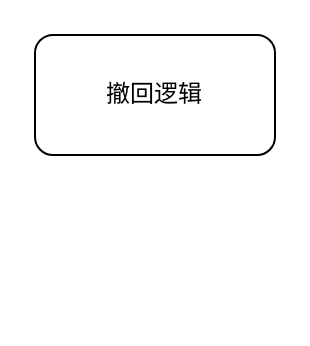
The draw.io diagram Untitled Diagram.drawio in HuangJinJie/afinal, before the edit. Source tidied: cells renumbered, new cells numbered last; positions are measured from the earlier drawing's top-left corner, leaving out a move shared by most shapes. Both pictures are drawn from the tidied source at 200%, with x=0, y=0 at pixel (34, 34).
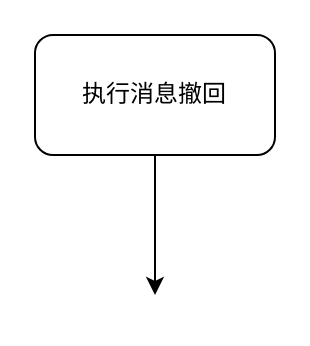
The same diagram, later.

Change to the diagram source:
```diff
@@
 <mxGraphModel>
   <root>
     <mxCell id="0" />
     <mxCell id="1" parent="0" />
-    <mxCell id="2" value="撤回逻辑" style="rounded=1;whiteSpace=wrap;html=1;" parent="1" vertex="1">
+    <mxCell id="2" value="执行消息撤回" style="rounded=1;whiteSpace=wrap;html=1;" parent="1" vertex="1">
       <mxGeometry width="120" height="60" as="geometry" />
     </mxCell>
+    <mxCell id="3" style="endArrow=classic;html=1;exitX=0.5;exitY=1;exitDx=0;exitDy=0;" parent="1" edge="1" source="2">
+      <mxGeometry relative="1" as="geometry">
+        <mxPoint x="60" y="130" as="targetPoint" />
+      </mxGeometry>
+    </mxCell>
   </root>
 </mxGraphModel>
```
